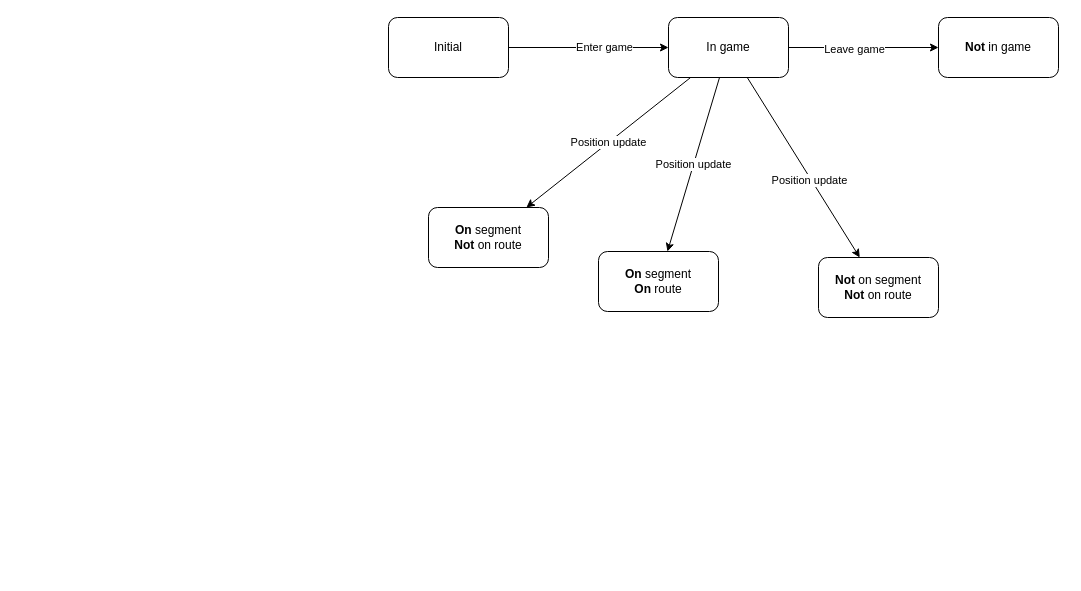
Above: GameStates.drawio in sandermvanvliet/RoadCaptain (draw.io), before the change. Source tidied: cells renumbered, new cells numbered last; positions are measured from the earlier drawing's top-left corner, leaving out a move shared by most shapes. Both pictures are drawn from the tidied source at 100%, with x=0, y=0 at pixel (388, 17).
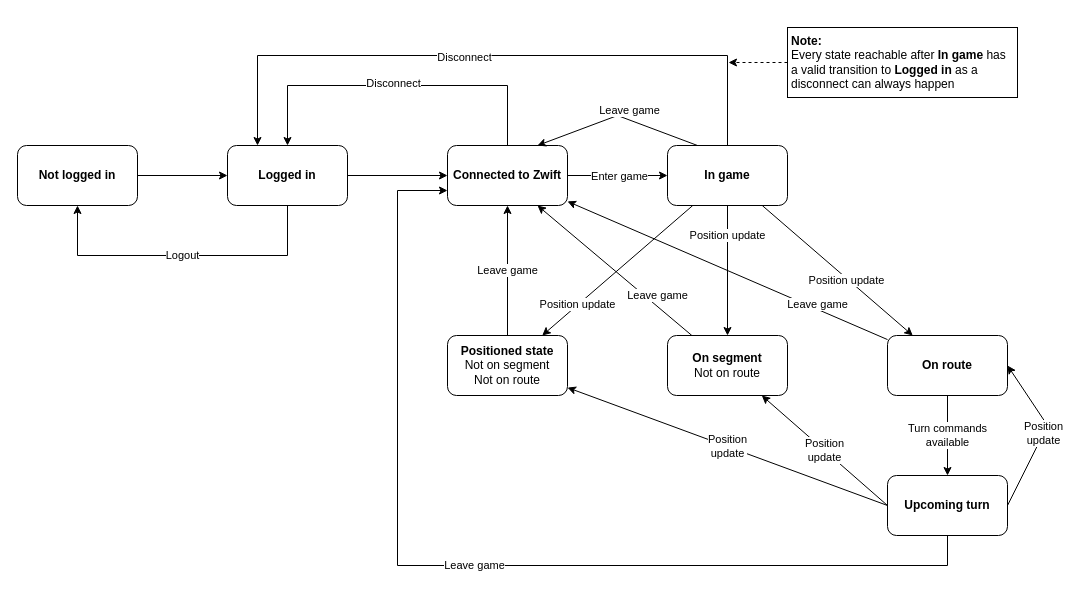
The same page after the edit.

Commit message (it also covers changes not shown here):
Add new game state documentation

Unchanged cells that the change refers to:
```xml
<mxCell id="2" style="rounded=0;jettySize=auto;html=1;" parent="1" edge="1" source="4" target="11">
  <mxGeometry relative="1" as="geometry" />
</mxCell>
```

The edit, as a diff of the source:
```diff
@@
     <mxCell id="3" value="Enter game" style="edgeLabel;html=1;align=center;verticalAlign=middle;" parent="2" vertex="1">
-      <mxGeometry x="0.19" y="1" relative="1" as="geometry" />
+      <mxGeometry x="0.19" y="1" relative="1" as="geometry">
+        <mxPoint x="-9" y="1" as="offset" />
+      </mxGeometry>
     </mxCell>
+    <mxCell id="16" style="edgeStyle=orthogonalEdgeStyle;rounded=0;jettySize=auto;html=1;entryX=0.5;entryY=0;entryDx=0;entryDy=0;exitX=0.5;exitY=0;exitDx=0;exitDy=0;" parent="1" edge="1" source="4" target="26">
+      <mxGeometry relative="1" as="geometry">
+        <Array as="points">
+          <mxPoint x="119" y="68" />
+          <mxPoint x="-101" y="68" />
+        </Array>
+      </mxGeometry>
+    </mxCell>
+    <mxCell id="17" value="Disconnect" style="edgeLabel;html=1;align=center;verticalAlign=middle;" parent="16" vertex="1">
+      <mxGeometry x="0.12" y="-3" relative="1" as="geometry">
+        <mxPoint x="15" as="offset" />
+      </mxGeometry>
+    </mxCell>
-    <mxCell id="4" value="Initial" style="rounded=1;whiteSpace=wrap;html=1;" parent="1" vertex="1">
-      <mxGeometry width="120" height="60" as="geometry" />
+    <mxCell id="4" value="Connected to Zwift" style="rounded=1;whiteSpace=wrap;html=1;fontStyle=1;" parent="1" vertex="1">
+      <mxGeometry x="59" y="128" width="120" height="60" as="geometry" />
     </mxCell>
     <mxCell id="5" value="Position update" style="rounded=0;jettySize=auto;html=1;" parent="1" edge="1" source="11" target="12">
-      <mxGeometry relative="1" as="geometry" />
+      <mxGeometry x="0.53" relative="1" as="geometry" />
     </mxCell>
     <mxCell id="6" value="Position update" style="rounded=0;jettySize=auto;html=1;" parent="1" edge="1" source="11" target="13">
-      <mxGeometry relative="1" as="geometry" />
+      <mxGeometry x="-0.54" relative="1" as="geometry" />
     </mxCell>
@@
-    <mxCell id="9" style="edgeStyle=none;rounded=0;jettySize=auto;html=1;" parent="1" edge="1" source="11" target="15">
-      <mxGeometry relative="1" as="geometry" />
+    <mxCell id="9" style="edgeStyle=none;rounded=0;jettySize=auto;html=1;entryX=0.75;entryY=0;entryDx=0;entryDy=0;exitX=0.25;exitY=0;exitDx=0;exitDy=0;" parent="1" edge="1" source="11" target="4">
+      <mxGeometry relative="1" as="geometry">
+        <Array as="points">
+          <mxPoint x="229" y="98" />
+        </Array>
+      </mxGeometry>
     </mxCell>
     <mxCell id="10" value="Leave game" style="edgeLabel;html=1;align=center;verticalAlign=middle;" parent="9" vertex="1">
-      <mxGeometry x="-0.13" y="-1" relative="1" as="geometry" />
+      <mxGeometry x="-0.13" y="-1" relative="1" as="geometry">
+        <mxPoint y="-9" as="offset" />
+      </mxGeometry>
     </mxCell>
+    <mxCell id="18" style="edgeStyle=orthogonalEdgeStyle;rounded=0;jettySize=auto;html=1;entryX=0.25;entryY=0;entryDx=0;entryDy=0;exitX=0.5;exitY=0;exitDx=0;exitDy=0;" parent="1" edge="1" source="11" target="26">
+      <mxGeometry relative="1" as="geometry">
+        <Array as="points">
+          <mxPoint x="339" y="38" />
+          <mxPoint x="-131" y="38" />
+        </Array>
+      </mxGeometry>
+    </mxCell>
+    <mxCell id="19" value="Disconnect" style="edgeLabel;html=1;align=center;verticalAlign=middle;" parent="18" vertex="1">
+      <mxGeometry x="0.09" y="1" relative="1" as="geometry" />
+    </mxCell>
-    <mxCell id="11" value="In game" style="whiteSpace=wrap;html=1;rounded=1;" parent="1" vertex="1">
-      <mxGeometry x="280" width="120" height="60" as="geometry" />
+    <mxCell id="11" value="&lt;b&gt;In game&lt;/b&gt;" style="whiteSpace=wrap;html=1;rounded=1;" parent="1" vertex="1">
+      <mxGeometry x="279" y="128" width="120" height="60" as="geometry" />
     </mxCell>
+    <mxCell id="20" value="Leave game" style="edgeStyle=orthogonalEdgeStyle;rounded=0;jettySize=auto;html=1;entryX=0.5;entryY=1;entryDx=0;entryDy=0;" parent="1" edge="1" source="12" target="4">
+      <mxGeometry relative="1" as="geometry" />
+    </mxCell>
-    <mxCell id="12" value="&lt;b&gt;On &lt;/b&gt;segment&lt;br&gt;&lt;b&gt;Not&lt;/b&gt; on route" style="whiteSpace=wrap;html=1;rounded=1;" parent="1" vertex="1">
-      <mxGeometry x="40" y="190" width="120" height="60" as="geometry" />
+    <mxCell id="12" value="&lt;b&gt;Positioned state&lt;/b&gt;&lt;br&gt;Not on segment&lt;br&gt;Not on route" style="whiteSpace=wrap;html=1;rounded=1;" parent="1" vertex="1">
+      <mxGeometry x="59" y="318" width="120" height="60" as="geometry" />
     </mxCell>
+    <mxCell id="21" value="Leave game" style="rounded=0;jettySize=auto;html=1;entryX=0.75;entryY=1;entryDx=0;entryDy=0;" parent="1" edge="1" source="13" target="4">
+      <mxGeometry x="-0.48" y="-8" relative="1" as="geometry" />
+    </mxCell>
-    <mxCell id="13" value="&lt;b&gt;On&lt;/b&gt; segment&lt;br&gt;&lt;b&gt;On&lt;/b&gt; route" style="whiteSpace=wrap;html=1;rounded=1;" parent="1" vertex="1">
-      <mxGeometry x="210" y="234" width="120" height="60" as="geometry" />
+    <mxCell id="13" value="&lt;b&gt;On segment&lt;/b&gt;&lt;br&gt;Not on route" style="whiteSpace=wrap;html=1;rounded=1;" parent="1" vertex="1">
+      <mxGeometry x="279" y="318" width="120" height="60" as="geometry" />
     </mxCell>
+    <mxCell id="22" value="Leave game" style="edgeStyle=none;rounded=0;jettySize=auto;html=1;" parent="1" edge="1" source="14" target="4">
+      <mxGeometry x="-0.55" y="-4" relative="1" as="geometry" />
+    </mxCell>
+    <mxCell id="23" value="Turn commands&lt;br&gt;available" style="edgeStyle=none;rounded=0;jettySize=auto;html=1;" parent="1" edge="1" source="14" target="33">
+      <mxGeometry relative="1" as="geometry" />
+    </mxCell>
-    <mxCell id="14" value="&lt;b&gt;Not&lt;/b&gt;&amp;nbsp;on segment&lt;br&gt;&lt;b&gt;Not&lt;/b&gt;&amp;nbsp;on route" style="whiteSpace=wrap;html=1;rounded=1;" parent="1" vertex="1">
-      <mxGeometry x="430" y="240" width="120" height="60" as="geometry" />
+    <mxCell id="14" value="&lt;b&gt;On route&lt;br&gt;&lt;/b&gt;" style="whiteSpace=wrap;html=1;rounded=1;" parent="1" vertex="1">
+      <mxGeometry x="499" y="318" width="120" height="60" as="geometry" />
     </mxCell>
-    <mxCell id="15" value="&lt;b&gt;Not&lt;/b&gt;&amp;nbsp;in game" style="whiteSpace=wrap;html=1;rounded=1;" parent="1" vertex="1">
-      <mxGeometry x="550" width="120" height="60" as="geometry" />
-    </mxCell>
+    <mxCell id="24" style="edgeStyle=orthogonalEdgeStyle;rounded=0;jettySize=auto;html=1;" parent="1" edge="1" source="26" target="4">
+      <mxGeometry relative="1" as="geometry" />
+    </mxCell>
+    <mxCell id="25" value="Logout" style="edgeStyle=orthogonalEdgeStyle;rounded=0;jettySize=auto;html=1;entryX=0.5;entryY=1;entryDx=0;entryDy=0;exitX=0.5;exitY=1;exitDx=0;exitDy=0;" parent="1" edge="1" source="26" target="28">
+      <mxGeometry relative="1" as="geometry">
+        <Array as="points">
+          <mxPoint x="-101" y="238" />
+          <mxPoint x="-311" y="238" />
+        </Array>
+      </mxGeometry>
+    </mxCell>
+    <mxCell id="26" value="Logged in" style="rounded=1;whiteSpace=wrap;html=1;fontStyle=1;" parent="1" vertex="1">
+      <mxGeometry x="-161" y="128" width="120" height="60" as="geometry" />
+    </mxCell>
+    <mxCell id="27" style="edgeStyle=orthogonalEdgeStyle;rounded=0;jettySize=auto;html=1;" parent="1" edge="1" source="28" target="26">
+      <mxGeometry relative="1" as="geometry" />
+    </mxCell>
+    <mxCell id="28" value="Not logged in" style="rounded=1;whiteSpace=wrap;html=1;fontStyle=1;" parent="1" vertex="1">
+      <mxGeometry x="-371" y="128" width="120" height="60" as="geometry" />
+    </mxCell>
+    <mxCell id="29" value="Position&lt;br&gt;update" style="edgeStyle=none;rounded=0;jettySize=auto;html=1;entryX=1;entryY=0.5;entryDx=0;entryDy=0;exitX=1;exitY=0.5;exitDx=0;exitDy=0;" parent="1" edge="1" source="33" target="14">
+      <mxGeometry relative="1" as="geometry">
+        <Array as="points">
+          <mxPoint x="659" y="408" />
+        </Array>
+      </mxGeometry>
+    </mxCell>
+    <mxCell id="30" value="Position &lt;br&gt;update" style="edgeStyle=none;rounded=0;jettySize=auto;html=1;exitX=0;exitY=0.5;exitDx=0;exitDy=0;" parent="1" edge="1" source="33" target="13">
+      <mxGeometry relative="1" as="geometry" />
+    </mxCell>
+    <mxCell id="31" value="Position&lt;br&gt;update" style="edgeStyle=none;rounded=0;jettySize=auto;html=1;exitX=0;exitY=0.5;exitDx=0;exitDy=0;" parent="1" edge="1" source="33" target="12">
+      <mxGeometry relative="1" as="geometry" />
+    </mxCell>
+    <mxCell id="32" value="Leave game" style="edgeStyle=orthogonalEdgeStyle;rounded=0;jettySize=auto;html=1;entryX=0;entryY=0.75;entryDx=0;entryDy=0;exitX=0.5;exitY=1;exitDx=0;exitDy=0;" parent="1" edge="1" source="33" target="4">
+      <mxGeometry relative="1" as="geometry">
+        <Array as="points">
+          <mxPoint x="559" y="548" />
+          <mxPoint x="9" y="548" />
+          <mxPoint x="9" y="173" />
+        </Array>
+      </mxGeometry>
+    </mxCell>
+    <mxCell id="33" value="Upcoming turn" style="whiteSpace=wrap;html=1;rounded=1;fontStyle=1;" parent="1" vertex="1">
+      <mxGeometry x="499" y="458" width="120" height="60" as="geometry" />
+    </mxCell>
+    <mxCell id="34" style="edgeStyle=orthogonalEdgeStyle;rounded=0;jettySize=auto;html=1;dashed=1;" parent="1" edge="1" source="35">
+      <mxGeometry relative="1" as="geometry">
+        <mxPoint x="340" y="45" as="targetPoint" />
+      </mxGeometry>
+    </mxCell>
+    <mxCell id="35" value="Note:&lt;br&gt;&lt;span style=&quot;font-weight: normal&quot;&gt;Every state reachable after &lt;/span&gt;In game &lt;span style=&quot;font-weight: normal&quot;&gt;has a valid transition to &lt;/span&gt;Logged in&lt;span style=&quot;font-weight: normal&quot;&gt;&amp;nbsp;as a disconnect can always happen&lt;/span&gt;" style="text;html=1;align=left;verticalAlign=top;whiteSpace=wrap;rounded=0;fontStyle=1;fillColor=default;strokeColor=default;spacingLeft=2;spacingRight=2;" parent="1" vertex="1">
+      <mxGeometry x="399" y="10" width="230" height="70" as="geometry" />
+    </mxCell>
```
